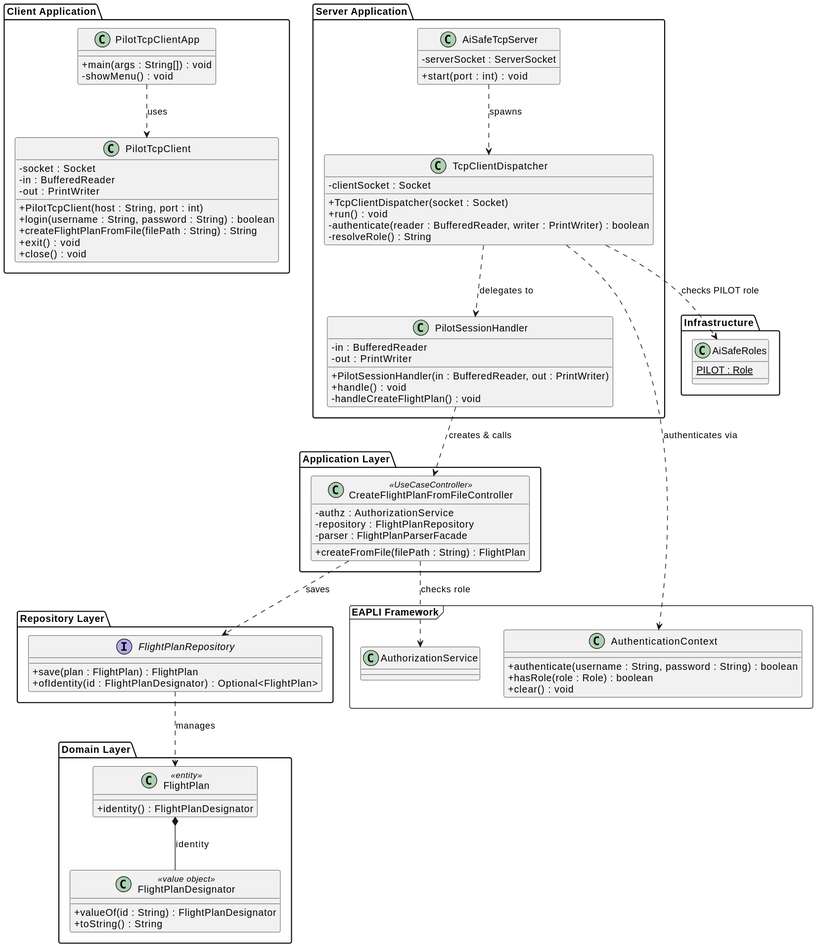
The PlantUML diagram aisafe.base/docs/user-stories/us086/svg/US086-class-diagram.svg in brunodspinto/aisafe, before a commit.
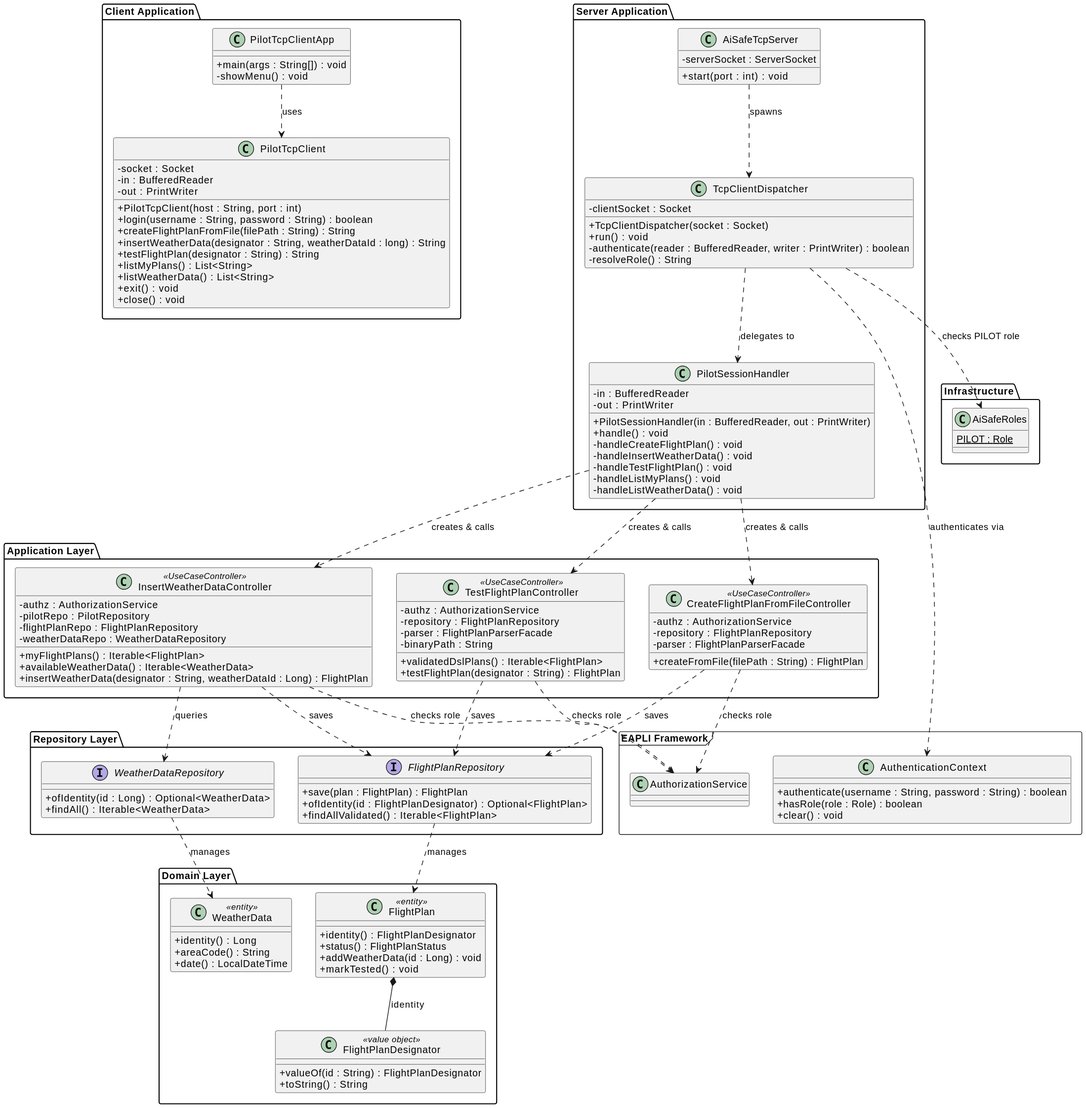
After the commit.

Commit message:
update US086 principles and regenerate diagrams SVGs, #62

Diff of the diagram source:
```diff
@@ -15,6 +15,10 @@
         +PilotTcpClient(host : String, port : int)
         +login(username : String, password : String) : boolean
         +createFlightPlanFromFile(filePath : String) : String
+        +insertWeatherData(designator : String, weatherDataId : long) : String
+        +testFlightPlan(designator : String) : String
+        +listMyPlans() : List<String>
+        +listWeatherData() : List<String>
         +exit() : void
         +close() : void
     }
@@ -40,6 +44,10 @@
         +PilotSessionHandler(in : BufferedReader, out : PrintWriter)
         +handle() : void
         -handleCreateFlightPlan() : void
+        -handleInsertWeatherData() : void
+        -handleTestFlightPlan() : void
+        -handleListMyPlans() : void
+        -handleListWeatherData() : void
     }
 }
 
@@ -50,16 +58,44 @@
         -parser : FlightPlanParserFacade
         +createFromFile(filePath : String) : FlightPlan
     }
+
+    class InsertWeatherDataController <<UseCaseController>> {
+        -authz : AuthorizationService
+        -pilotRepo : PilotRepository
+        -flightPlanRepo : FlightPlanRepository
+        -weatherDataRepo : WeatherDataRepository
+        +myFlightPlans() : Iterable<FlightPlan>
+        +availableWeatherData() : Iterable<WeatherData>
+        +insertWeatherData(designator : String, weatherDataId : Long) : FlightPlan
+    }
+
+    class TestFlightPlanController <<UseCaseController>> {
+        -authz : AuthorizationService
+        -repository : FlightPlanRepository
+        -parser : FlightPlanParserFacade
+        -binaryPath : String
+        +validatedDslPlans() : Iterable<FlightPlan>
+        +testFlightPlan(designator : String) : FlightPlan
+    }
 }
 
 package "Domain Layer" {
     class FlightPlan <<entity>> {
         +identity() : FlightPlanDesignator
+        +status() : FlightPlanStatus
+        +addWeatherData(id : Long) : void
+        +markTested() : void
     }
 
     class FlightPlanDesignator <<value object>> {
         +valueOf(id : String) : FlightPlanDesignator
         +toString() : String
+    }
+
+    class WeatherData <<entity>> {
+        +identity() : Long
+        +areaCode() : String
+        +date() : LocalDateTime
     }
 }
 
@@ -67,6 +103,12 @@
     interface FlightPlanRepository {
         +save(plan : FlightPlan) : FlightPlan
         +ofIdentity(id : FlightPlanDesignator) : Optional<FlightPlan>
+        +findAllValidated() : Iterable<FlightPlan>
+    }
+
+    interface WeatherDataRepository {
+        +ofIdentity(id : Long) : Optional<WeatherData>
+        +findAll() : Iterable<WeatherData>
     }
 }
 
@@ -92,8 +134,16 @@
 TcpClientDispatcher ..> AiSafeRoles : checks PILOT role
 TcpClientDispatcher ..> PilotSessionHandler : delegates to
 PilotSessionHandler ..> CreateFlightPlanFromFileController : creates & calls
+PilotSessionHandler ..> InsertWeatherDataController : creates & calls
+PilotSessionHandler ..> TestFlightPlanController : creates & calls
 CreateFlightPlanFromFileController ..> AuthorizationService : checks role
 CreateFlightPlanFromFileController ..> FlightPlanRepository : saves
+InsertWeatherDataController ..> AuthorizationService : checks role
+InsertWeatherDataController ..> FlightPlanRepository : saves
+InsertWeatherDataController ..> WeatherDataRepository : queries
+TestFlightPlanController ..> AuthorizationService : checks role
+TestFlightPlanController ..> FlightPlanRepository : saves
 FlightPlan *-- FlightPlanDesignator : identity
 FlightPlanRepository ..> FlightPlan : manages
+WeatherDataRepository ..> WeatherData : manages
 @enduml
```
